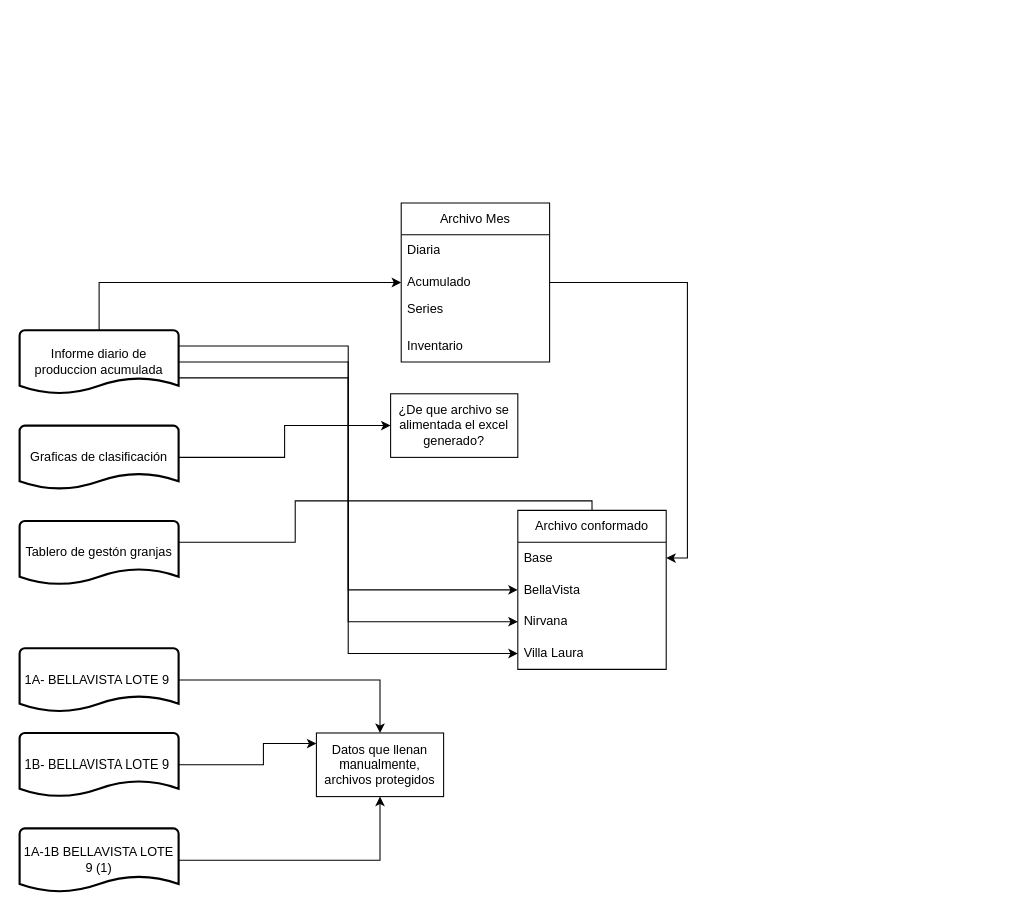
This is Diagrama datos.drawio from DianaSuescaOvosanti/Diagramas-Granjas, a draw.io file, before an edit. Source tidied: cells renumbered, new cells numbered last; positions are measured from the earlier drawing's top-left corner, leaving out a move shared by most shapes. Both pictures are drawn from the tidied source at 106%, with x=0, y=0 at pixel (19, 202).
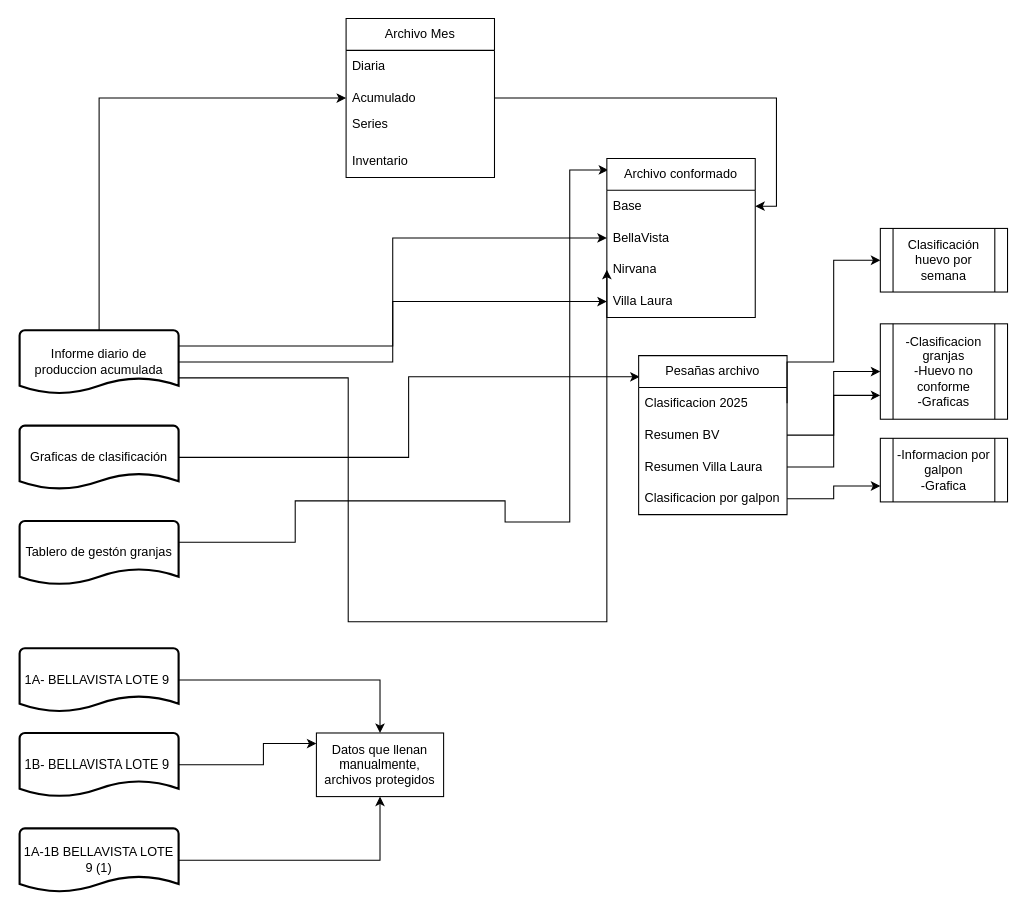
The same diagram, later.

Commit message:
Diagrama inicial archivos granjas

Unchanged cells that the change refers to:
```xml
<mxCell id="8" value="Graficas de clasificación" style="strokeWidth=2;html=1;shape=mxgraph.flowchart.document2;whiteSpace=wrap;size=0.25;" parent="1" vertex="1">
  <mxGeometry y="210" width="150" height="60" as="geometry" />
</mxCell>
```

What changed in the source:
```diff
@@
-    <mxCell id="7" style="edgeStyle=orthogonalEdgeStyle;rounded=0;jettySize=auto;html=1;exitX=1;exitY=0.5;exitDx=0;exitDy=0;exitPerimeter=0;" parent="1" edge="1" source="8" target="23">
+    <mxCell id="7" style="edgeStyle=orthogonalEdgeStyle;rounded=0;jettySize=auto;html=1;exitX=1;exitY=0.5;exitDx=0;exitDy=0;exitPerimeter=0;entryX=0.007;entryY=0.133;entryDx=0;entryDy=0;entryPerimeter=0;" parent="1" edge="1" source="8" target="30">
       <mxGeometry relative="1" as="geometry" />
     </mxCell>
@@
     <mxCell id="15" value="Archivo Mes" style="swimlane;fontStyle=0;horizontal=1;startSize=30;whiteSpace=wrap;html=1;" parent="1" vertex="1">
-      <mxGeometry x="360" width="140" height="150" as="geometry" />
+      <mxGeometry x="308" y="-174" width="140" height="150" as="geometry" />
     </mxCell>
@@
     <mxCell id="21" style="edgeStyle=orthogonalEdgeStyle;rounded=0;jettySize=auto;html=1;exitX=1;exitY=0.25;exitDx=0;exitDy=0;exitPerimeter=0;entryX=0.009;entryY=0.072;entryDx=0;entryDy=0;entryPerimeter=0;" parent="1" edge="1" target="24">
       <mxGeometry relative="1" as="geometry">
         <mxPoint x="150" y="325" as="sourcePoint" />
         <Array as="points">
           <mxPoint x="150" y="320" />
           <mxPoint x="260" y="320" />
           <mxPoint x="260" y="281" />
-          <mxPoint x="540" y="281" />
-          <mxPoint x="540" y="301" />
+          <mxPoint x="458" y="281" />
+          <mxPoint x="458" y="301" />
+          <mxPoint x="519" y="301" />
         </Array>
       </mxGeometry>
     </mxCell>
@@
-    <mxCell id="23" value="¿De que archivo se alimentada el excel generado?" style="rounded=0;whiteSpace=wrap;html=1;" parent="1" vertex="1">
-      <mxGeometry x="350" y="180" width="120" height="60" as="geometry" />
-    </mxCell>
     <mxCell id="24" value="Archivo conformado" style="swimlane;fontStyle=0;horizontal=1;startSize=30;whiteSpace=wrap;html=1;" parent="1" vertex="1">
-      <mxGeometry x="470" y="290" width="140" height="150" as="geometry" />
+      <mxGeometry x="554" y="-42" width="140" height="150" as="geometry" />
     </mxCell>
@@
+    <mxCell id="30" value="Pesañas archivo" style="swimlane;fontStyle=0;horizontal=1;startSize=30;whiteSpace=wrap;html=1;" parent="1" vertex="1">
+      <mxGeometry x="584" y="144" width="140" height="150" as="geometry" />
+    </mxCell>
+    <mxCell id="31" value="Clasificacion 2025" style="text;strokeColor=none;fillColor=none;align=left;verticalAlign=middle;spacingLeft=4;spacingRight=4;overflow=hidden;points=[[0,0.5],[1,0.5]];portConstraint=eastwest;whiteSpace=wrap;html=1;" parent="30" vertex="1">
+      <mxGeometry y="30" width="140" height="30" as="geometry" />
+    </mxCell>
+    <mxCell id="32" value="Resumen BV" style="text;strokeColor=none;fillColor=none;align=left;verticalAlign=middle;spacingLeft=4;spacingRight=4;overflow=hidden;points=[[0,0.5],[1,0.5]];portConstraint=eastwest;whiteSpace=wrap;html=1;" parent="30" vertex="1">
+      <mxGeometry y="60" width="140" height="30" as="geometry" />
+    </mxCell>
+    <mxCell id="33" value="Resumen Villa Laura" style="text;strokeColor=none;fillColor=none;align=left;verticalAlign=middle;spacingLeft=4;spacingRight=4;overflow=hidden;points=[[0,0.5],[1,0.5]];portConstraint=eastwest;whiteSpace=wrap;html=1;" parent="30" vertex="1">
+      <mxGeometry y="90" width="140" height="30" as="geometry" />
+    </mxCell>
+    <mxCell id="34" value="Clasificacion por galpon" style="text;strokeColor=none;fillColor=none;align=left;verticalAlign=middle;spacingLeft=4;spacingRight=4;overflow=hidden;points=[[0,0.5],[1,0.5]];portConstraint=eastwest;whiteSpace=wrap;html=1;" parent="30" vertex="1">
+      <mxGeometry y="120" width="140" height="30" as="geometry" />
+    </mxCell>
+    <mxCell id="35" value="Clasificación huevo por semana" style="shape=process;whiteSpace=wrap;html=1;backgroundOutline=1;" parent="1" vertex="1">
+      <mxGeometry x="812" y="24" width="120" height="60" as="geometry" />
+    </mxCell>
+    <mxCell id="36" style="edgeStyle=orthogonalEdgeStyle;rounded=0;jettySize=auto;html=1;exitX=1;exitY=0.5;exitDx=0;exitDy=0;entryX=0;entryY=0.5;entryDx=0;entryDy=0;" parent="1" edge="1" source="31" target="35">
+      <mxGeometry relative="1" as="geometry">
+        <Array as="points">
+          <mxPoint x="724" y="150" />
+          <mxPoint x="768" y="150" />
+          <mxPoint x="768" y="54" />
+        </Array>
+      </mxGeometry>
+    </mxCell>
+    <mxCell id="37" value="-Clasificacion granjas&lt;div&gt;-Huevo no conforme&lt;/div&gt;&lt;div&gt;-Graficas&lt;/div&gt;" style="shape=process;whiteSpace=wrap;html=1;backgroundOutline=1;" parent="1" vertex="1">
+      <mxGeometry x="812" y="114" width="120" height="90" as="geometry" />
+    </mxCell>
+    <mxCell id="38" value="-Informacion por galpon&lt;br&gt;&lt;div&gt;-Grafica&lt;/div&gt;" style="shape=process;whiteSpace=wrap;html=1;backgroundOutline=1;" parent="1" vertex="1">
+      <mxGeometry x="812" y="222" width="120" height="60" as="geometry" />
+    </mxCell>
+    <mxCell id="39" style="edgeStyle=orthogonalEdgeStyle;rounded=0;jettySize=auto;html=1;" parent="1" edge="1" source="32" target="37">
+      <mxGeometry relative="1" as="geometry" />
+    </mxCell>
+    <mxCell id="40" style="edgeStyle=orthogonalEdgeStyle;rounded=0;jettySize=auto;html=1;exitX=1;exitY=0.5;exitDx=0;exitDy=0;entryX=0;entryY=0.75;entryDx=0;entryDy=0;" parent="1" edge="1" source="33" target="37">
+      <mxGeometry relative="1" as="geometry" />
+    </mxCell>
+    <mxCell id="41" style="edgeStyle=orthogonalEdgeStyle;rounded=0;jettySize=auto;html=1;exitX=1;exitY=0.5;exitDx=0;exitDy=0;entryX=0;entryY=0.75;entryDx=0;entryDy=0;" parent="1" edge="1" source="34" target="38">
+      <mxGeometry relative="1" as="geometry" />
+    </mxCell>
```
